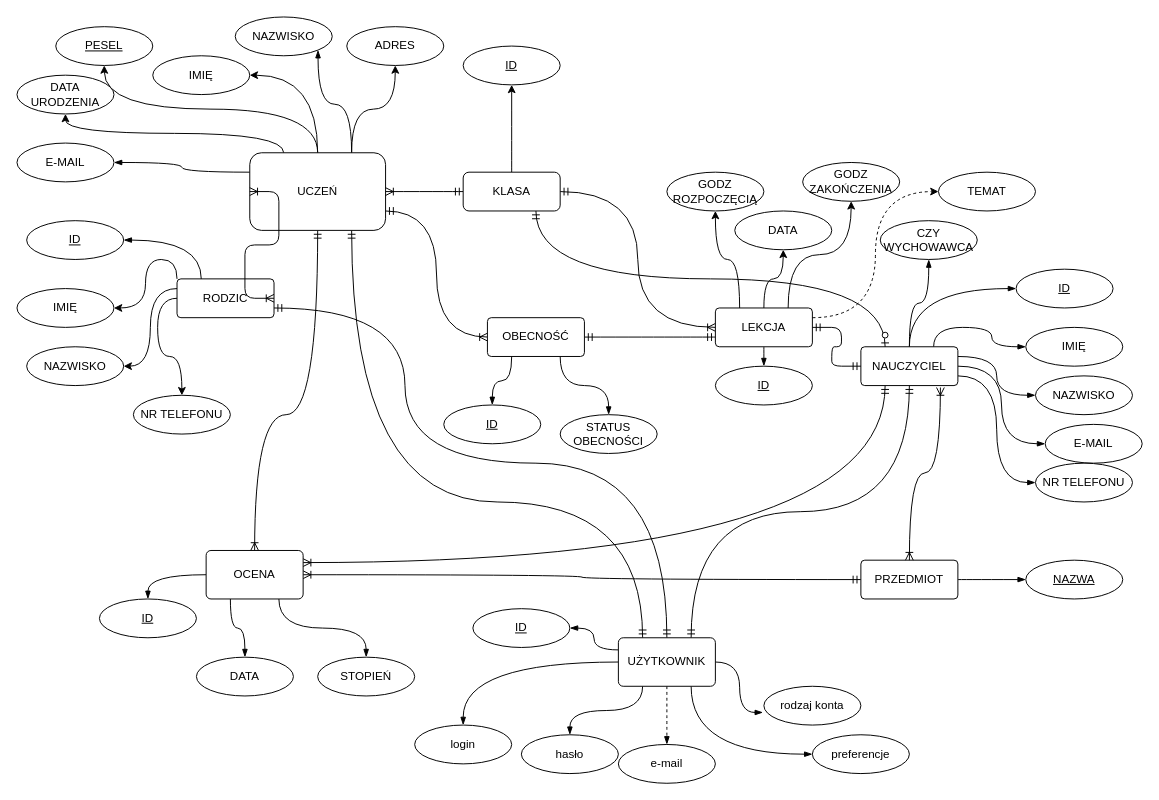
Above: page "Page-1" (1 of 2) of Modele/modele.drawio in maciekpajak/BAZY_DANYCH_PROJEKT (draw.io), before the change. Source tidied: cells renumbered, new cells numbered last; positions are measured from the earlier drawing's top-left corner, leaving out a move shared by most shapes. Both pictures are drawn from the tidied source at 97%, with x=0, y=0 at pixel (16, 16).
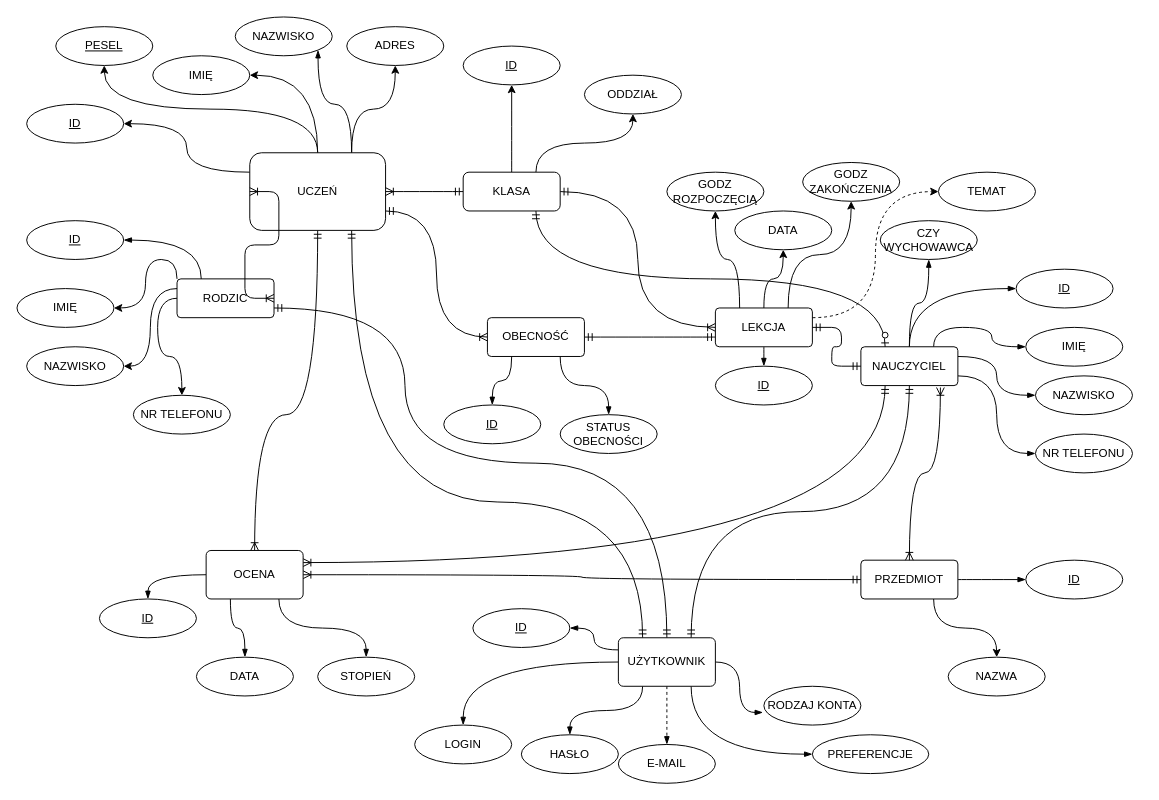
After the change.

The change refers to these unchanged cells:
```xml
<mxCell id="11" value="UCZEŃ" style="whiteSpace=wrap;html=1;align=center;rounded=1;" parent="1" vertex="1">
  <mxGeometry x="240" y="140" width="140" height="80" as="geometry" />
</mxCell>
<mxCell id="15" value="KLASA" style="whiteSpace=wrap;html=1;align=center;rounded=1;" parent="1" vertex="1">
  <mxGeometry x="460" y="160" width="100" height="40" as="geometry" />
</mxCell>
<mxCell id="20" value="PRZEDMIOT" style="rounded=1;arcSize=10;whiteSpace=wrap;html=1;align=center;" parent="1" vertex="1">
  <mxGeometry x="870" y="560" width="100" height="40" as="geometry" />
</mxCell>
<mxCell id="30" value="NAUCZYCIEL" style="rounded=1;arcSize=10;whiteSpace=wrap;html=1;align=center;" parent="1" vertex="1">
  <mxGeometry x="870" y="340" width="100" height="40" as="geometry" />
</mxCell>
```

Diff of the diagram source:
```diff
@@
-    <mxCell id="5" style="edgeStyle=orthogonalEdgeStyle;curved=1;comic=0;jettySize=auto;html=1;exitX=0.25;exitY=0;exitDx=0;exitDy=0;shadow=0;strokeColor=#000000;" parent="1" edge="1" source="11" target="50">
-      <mxGeometry relative="1" as="geometry" />
-    </mxCell>
@@
-    <mxCell id="8" style="edgeStyle=orthogonalEdgeStyle;jettySize=auto;html=1;exitX=0;exitY=0.25;exitDx=0;exitDy=0;entryX=1;entryY=0.5;entryDx=0;entryDy=0;endArrow=blockThin;endFill=1;curved=1;" parent="1" edge="1" source="11" target="76">
-      <mxGeometry relative="1" as="geometry" />
-    </mxCell>
@@
+    <mxCell id="93" style="edgeStyle=orthogonalEdgeStyle;curved=1;jettySize=auto;html=1;exitX=0;exitY=0.25;exitDx=0;exitDy=0;entryX=1;entryY=0.5;entryDx=0;entryDy=0;" parent="1" edge="1" source="11" target="96">
+      <mxGeometry relative="1" as="geometry" />
+    </mxCell>
@@
+    <mxCell id="94" style="edgeStyle=orthogonalEdgeStyle;jettySize=auto;html=1;exitX=0.75;exitY=0;exitDx=0;exitDy=0;entryX=0.5;entryY=1;entryDx=0;entryDy=0;curved=1;" parent="1" edge="1" source="15" target="97">
+      <mxGeometry relative="1" as="geometry" />
+    </mxCell>
@@
+    <mxCell id="95" style="edgeStyle=orthogonalEdgeStyle;curved=1;jettySize=auto;html=1;exitX=0.75;exitY=1;exitDx=0;exitDy=0;entryX=0.5;entryY=0;entryDx=0;entryDy=0;" parent="1" edge="1" source="20" target="98">
+      <mxGeometry relative="1" as="geometry" />
+    </mxCell>
@@
-    <mxCell id="24" style="edgeStyle=orthogonalEdgeStyle;curved=1;rounded=1;comic=0;jettySize=auto;html=1;exitX=1;exitY=0.5;exitDx=0;exitDy=0;entryX=0;entryY=0.5;entryDx=0;entryDy=0;shadow=0;startArrow=none;startFill=0;endArrow=blockThin;endFill=1;strokeColor=#000000;" parent="1" edge="1" source="30" target="63">
-      <mxGeometry relative="1" as="geometry" />
-    </mxCell>
@@
-    <mxCell id="50" value="DATA URODZENIA" style="ellipse;whiteSpace=wrap;html=1;align=center;rounded=0;" parent="1" vertex="1">
-      <mxGeometry y="60" width="100" height="40" as="geometry" />
-    </mxCell>
@@
-    <mxCell id="63" value="E-MAIL" style="ellipse;whiteSpace=wrap;html=1;align=center;rounded=0;" parent="1" vertex="1">
-      <mxGeometry x="1060" y="420" width="100" height="40" as="geometry" />
-    </mxCell>
     <mxCell id="64" value="NR TELEFONU" style="ellipse;whiteSpace=wrap;html=1;align=center;rounded=0;" parent="1" vertex="1">
-      <mxGeometry x="1050" y="460" width="100" height="40" as="geometry" />
+      <mxGeometry x="1050" y="430" width="100" height="40" as="geometry" />
     </mxCell>
-    <mxCell id="65" value="NAZWA" style="ellipse;whiteSpace=wrap;html=1;align=center;fontStyle=4;rounded=0;" parent="1" vertex="1">
+    <mxCell id="65" value="ID" style="ellipse;whiteSpace=wrap;html=1;align=center;fontStyle=4;rounded=0;" parent="1" vertex="1">
       <mxGeometry x="1040" y="560" width="100" height="40" as="geometry" />
     </mxCell>
@@
-    <mxCell id="76" value="E-MAIL" style="ellipse;whiteSpace=wrap;html=1;align=center;rounded=0;" parent="1" vertex="1">
-      <mxGeometry y="130" width="100" height="40" as="geometry" />
-    </mxCell>
@@
-    <mxCell id="87" value="hasło" style="ellipse;whiteSpace=wrap;html=1;align=center;" parent="1" vertex="1">
+    <mxCell id="87" value="HASŁO" style="ellipse;whiteSpace=wrap;html=1;align=center;" parent="1" vertex="1">
       <mxGeometry x="520" y="740" width="100" height="40" as="geometry" />
     </mxCell>
-    <mxCell id="88" value="e-mail" style="ellipse;whiteSpace=wrap;html=1;align=center;" parent="1" vertex="1">
+    <mxCell id="88" value="E-MAIL" style="ellipse;whiteSpace=wrap;html=1;align=center;" parent="1" vertex="1">
       <mxGeometry x="620" y="750" width="100" height="40" as="geometry" />
     </mxCell>
-    <mxCell id="89" value="login" style="ellipse;whiteSpace=wrap;html=1;align=center;" parent="1" vertex="1">
+    <mxCell id="89" value="LOGIN" style="ellipse;whiteSpace=wrap;html=1;align=center;" parent="1" vertex="1">
       <mxGeometry x="410" y="730" width="100" height="40" as="geometry" />
     </mxCell>
-    <mxCell id="90" value="rodzaj konta" style="ellipse;whiteSpace=wrap;html=1;align=center;" parent="1" vertex="1">
+    <mxCell id="90" value="RODZAJ KONTA" style="ellipse;whiteSpace=wrap;html=1;align=center;" parent="1" vertex="1">
       <mxGeometry x="770" y="690" width="100" height="40" as="geometry" />
     </mxCell>
-    <mxCell id="91" value="preferencje" style="ellipse;whiteSpace=wrap;html=1;align=center;" parent="1" vertex="1">
-      <mxGeometry x="820" y="740" width="100" height="40" as="geometry" />
+    <mxCell id="91" value="PREFERENCJE" style="ellipse;whiteSpace=wrap;html=1;align=center;" parent="1" vertex="1">
+      <mxGeometry x="820" y="740" width="120" height="40" as="geometry" />
     </mxCell>
@@
+    <mxCell id="96" value="ID" style="ellipse;whiteSpace=wrap;html=1;align=center;fontStyle=4;rounded=0;" parent="1" vertex="1">
+      <mxGeometry x="10" y="90" width="100" height="40" as="geometry" />
+    </mxCell>
+    <mxCell id="97" value="ODDZIAŁ" style="ellipse;whiteSpace=wrap;html=1;align=center;rounded=0;" parent="1" vertex="1">
+      <mxGeometry x="585" y="60" width="100" height="40" as="geometry" />
+    </mxCell>
+    <mxCell id="98" value="NAZWA" style="ellipse;whiteSpace=wrap;html=1;align=center;rounded=0;" parent="1" vertex="1">
+      <mxGeometry x="960" y="660" width="100" height="40" as="geometry" />
+    </mxCell>
```
